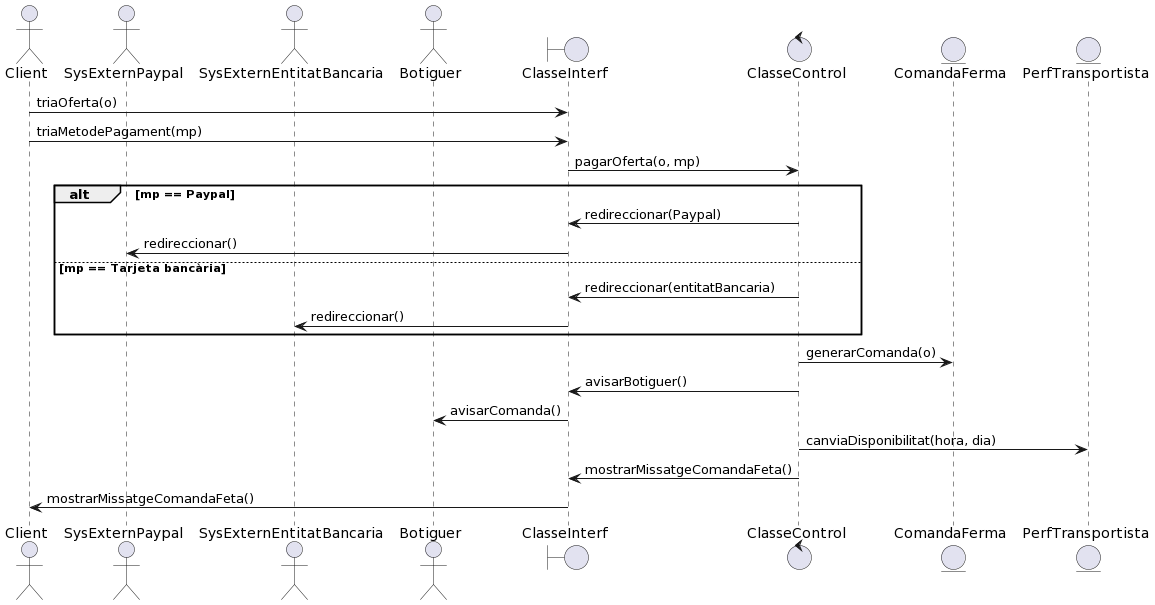
Earlier version of the PlantUML export diagrams/sprint3_diag_sequencia_seleccio_comanda.png (yeray142/es2022uab).
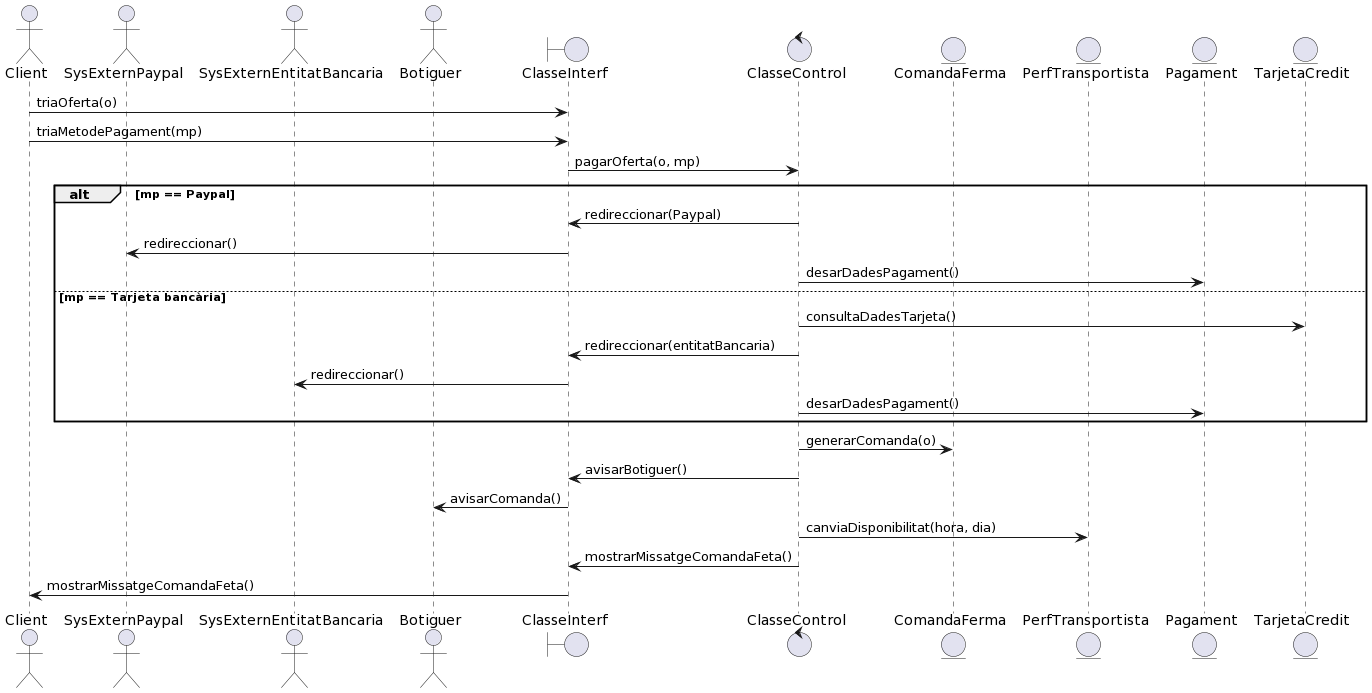
After the commit.

Diff of the diagram source:
```diff
@@ -7,6 +7,8 @@
 control ClasseControl
 entity ComandaFerma
 entity PerfTransportista
+entity Pagament
+entity TarjetaCredit
 
 Client -> ClasseInterf : triaOferta(o)
 Client -> ClasseInterf : triaMetodePagament(mp)
@@ -16,9 +18,12 @@
 alt mp == Paypal
    ClasseControl -> ClasseInterf : redireccionar(Paypal)
    ClasseInterf -> SysExternPaypal : redireccionar()
+   ClasseControl -> Pagament : desarDadesPagament()
 else mp == Tarjeta bancària
+   ClasseControl -> TarjetaCredit : consultaDadesTarjeta()
    ClasseControl -> ClasseInterf : redireccionar(entitatBancaria)
    ClasseInterf -> SysExternEntitatBancaria : redireccionar()
+   ClasseControl -> Pagament : desarDadesPagament()
 end
 
 ClasseControl -> ComandaFerma : generarComanda(o)
```
